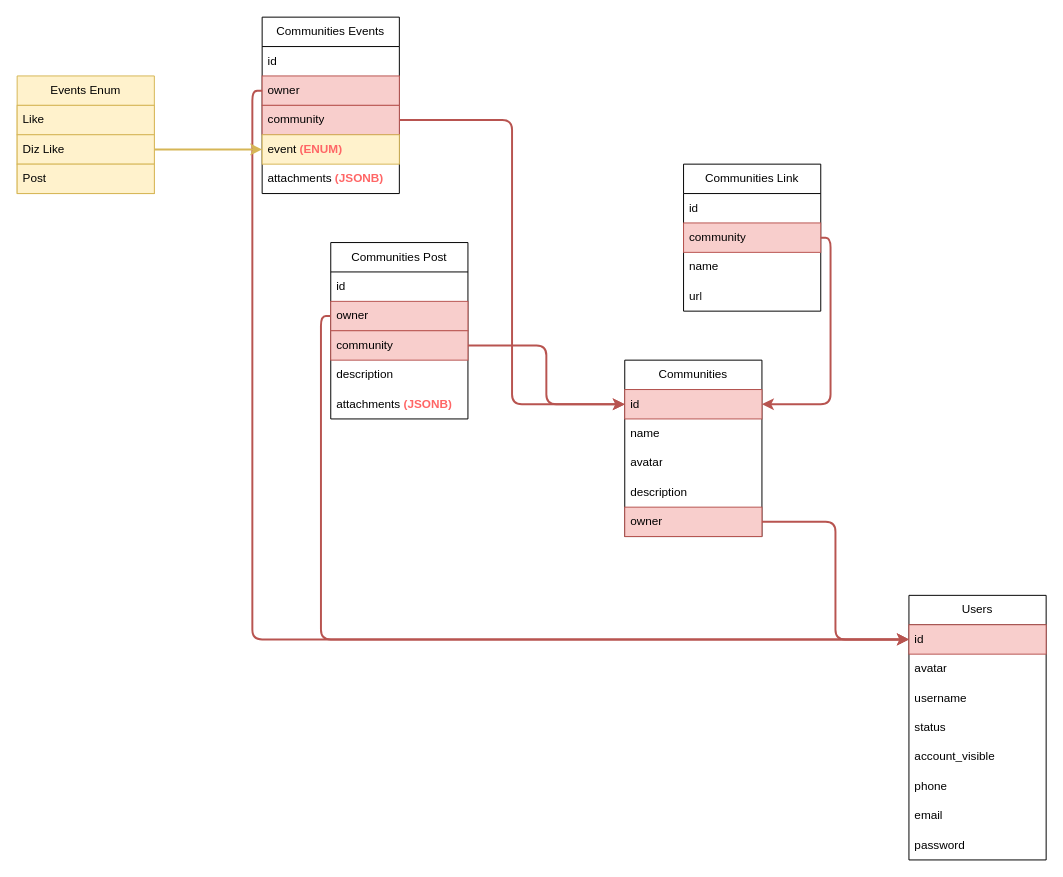
Before: docs/schema.drawio in VyacheslavMironov/Classmates, a draw.io diagram. Source tidied: cells renumbered, new cells numbered last; positions are measured from the earlier drawing's top-left corner, leaving out a move shared by most shapes. Both pictures are drawn from the tidied source at 98%, with x=0, y=0 at pixel (17, 17).
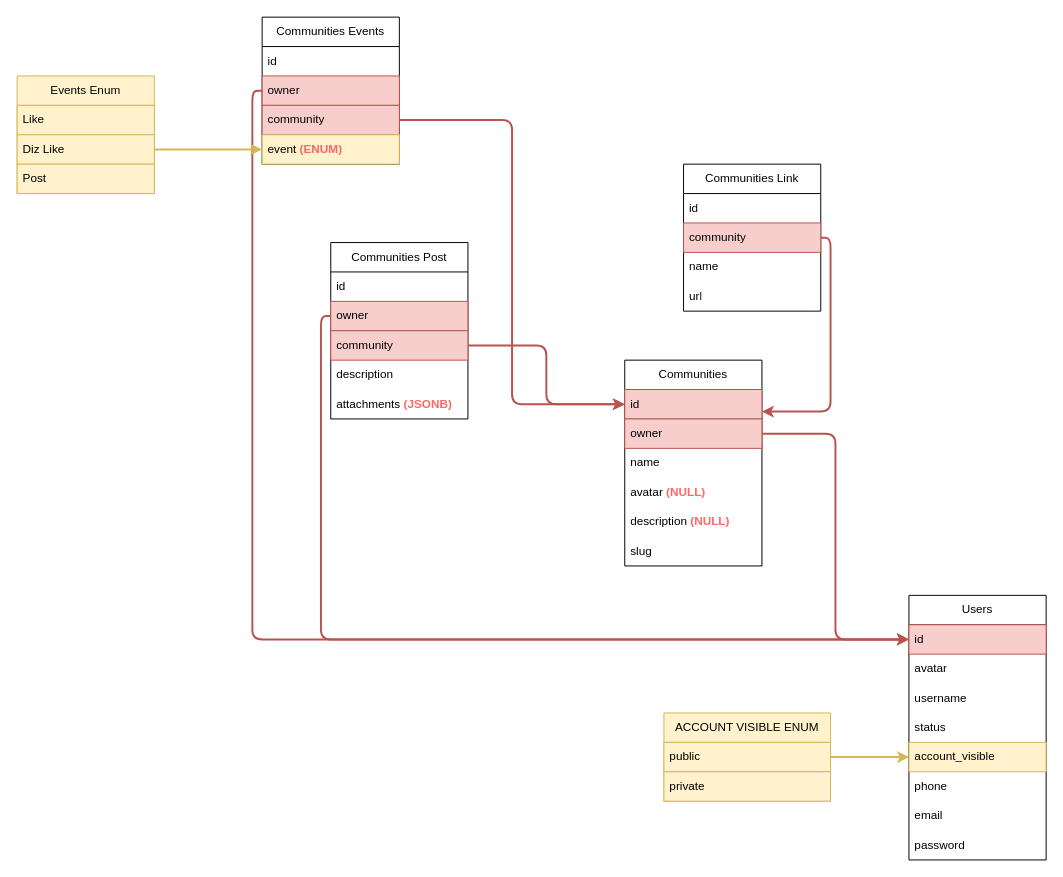
The same diagram, later.

The change refers to these unchanged cells:
```xml
<mxCell id="2" value="Users" style="swimlane;fontStyle=0;horizontal=1;startSize=30;whiteSpace=wrap;html=1;" parent="1" vertex="1">
  <mxGeometry x="910" y="590" width="140" height="270" as="geometry" />
</mxCell>
```

Change to the diagram source:
```diff
@@
-    <mxCell id="7" value="account_visible" style="text;strokeColor=none;fillColor=none;align=left;verticalAlign=middle;spacingLeft=4;spacingRight=4;overflow=hidden;points=[[0,0.5],[1,0.5]];portConstraint=eastwest;whiteSpace=wrap;html=1;" parent="2" vertex="1">
+    <mxCell id="7" value="account_visible" style="text;strokeColor=#d6b656;fillColor=#fff2cc;align=left;verticalAlign=middle;spacingLeft=4;spacingRight=4;overflow=hidden;points=[[0,0.5],[1,0.5]];portConstraint=eastwest;whiteSpace=wrap;html=1;" parent="2" vertex="1">
       <mxGeometry y="150" width="140" height="30" as="geometry" />
     </mxCell>
@@
     <mxCell id="11" value="Communities" style="swimlane;fontStyle=0;horizontal=1;startSize=30;whiteSpace=wrap;html=1;" parent="1" vertex="1">
-      <mxGeometry x="620" y="350" width="140" height="180" as="geometry" />
+      <mxGeometry x="620" y="350" width="140" height="210" as="geometry" />
     </mxCell>
@@
+    <mxCell id="16" value="owner" style="text;strokeColor=#b85450;fillColor=#f8cecc;align=left;verticalAlign=middle;spacingLeft=4;spacingRight=4;overflow=hidden;points=[[0,0.5],[1,0.5]];portConstraint=eastwest;whiteSpace=wrap;html=1;" parent="11" vertex="1">
+      <mxGeometry y="60" width="140" height="30" as="geometry" />
+    </mxCell>
     <mxCell id="13" value="name" style="text;strokeColor=none;fillColor=none;align=left;verticalAlign=middle;spacingLeft=4;spacingRight=4;overflow=hidden;whiteSpace=wrap;html=1;" parent="11" vertex="1">
-      <mxGeometry y="60" width="140" height="30" as="geometry" />
+      <mxGeometry y="90" width="140" height="30" as="geometry" />
     </mxCell>
-    <mxCell id="14" value="avatar" style="text;strokeColor=none;fillColor=none;align=left;verticalAlign=middle;spacingLeft=4;spacingRight=4;overflow=hidden;whiteSpace=wrap;html=1;" parent="11" vertex="1">
-      <mxGeometry y="90" width="140" height="30" as="geometry" />
+    <mxCell id="14" value="avatar &lt;b&gt;&lt;font color=&quot;#ff6666&quot;&gt;(NULL)&lt;/font&gt;&lt;/b&gt;" style="text;strokeColor=none;fillColor=none;align=left;verticalAlign=middle;spacingLeft=4;spacingRight=4;overflow=hidden;whiteSpace=wrap;html=1;" parent="11" vertex="1">
+      <mxGeometry y="120" width="140" height="30" as="geometry" />
     </mxCell>
-    <mxCell id="15" value="description" style="text;strokeColor=none;fillColor=none;align=left;verticalAlign=middle;spacingLeft=4;spacingRight=4;overflow=hidden;whiteSpace=wrap;html=1;" parent="11" vertex="1">
-      <mxGeometry y="120" width="140" height="30" as="geometry" />
+    <mxCell id="15" value="description&amp;nbsp;&lt;b style=&quot;border-color: var(--border-color);&quot;&gt;&lt;font style=&quot;border-color: var(--border-color);&quot; color=&quot;#ff6666&quot;&gt;(NULL)&lt;/font&gt;&lt;/b&gt;" style="text;strokeColor=none;fillColor=none;align=left;verticalAlign=middle;spacingLeft=4;spacingRight=4;overflow=hidden;whiteSpace=wrap;html=1;" parent="11" vertex="1">
+      <mxGeometry y="150" width="140" height="30" as="geometry" />
     </mxCell>
-    <mxCell id="16" value="owner" style="text;strokeColor=#b85450;fillColor=#f8cecc;align=left;verticalAlign=middle;spacingLeft=4;spacingRight=4;overflow=hidden;points=[[0,0.5],[1,0.5]];portConstraint=eastwest;whiteSpace=wrap;html=1;" parent="11" vertex="1">
-      <mxGeometry y="150" width="140" height="30" as="geometry" />
-    </mxCell>
+    <mxCell id="45" value="slug" style="text;strokeColor=none;fillColor=none;align=left;verticalAlign=middle;spacingLeft=4;spacingRight=4;overflow=hidden;whiteSpace=wrap;html=1;" parent="11" vertex="1">
+      <mxGeometry y="180" width="140" height="30" as="geometry" />
+    </mxCell>
@@
     <mxCell id="32" value="Communities Events" style="swimlane;fontStyle=0;horizontal=1;startSize=30;whiteSpace=wrap;html=1;" parent="1" vertex="1">
-      <mxGeometry x="250" width="140" height="180" as="geometry" />
+      <mxGeometry x="250" width="140" height="150" as="geometry" />
     </mxCell>
@@
-    <mxCell id="37" value="attachments &lt;b&gt;&lt;font color=&quot;#ff6666&quot;&gt;(JSONB)&lt;/font&gt;&lt;/b&gt;" style="text;strokeColor=none;fillColor=none;align=left;verticalAlign=middle;spacingLeft=4;spacingRight=4;overflow=hidden;whiteSpace=wrap;html=1;" parent="32" vertex="1">
-      <mxGeometry y="150" width="140" height="30" as="geometry" />
-    </mxCell>
@@
+    <mxCell id="46" style="edgeStyle=orthogonalEdgeStyle;html=1;exitX=1;exitY=0.5;exitDx=0;exitDy=0;entryX=0;entryY=0.5;entryDx=0;entryDy=0;fillColor=#fff2cc;strokeColor=#d6b656;strokeWidth=2;" parent="1" edge="1" source="47" target="7">
+      <mxGeometry relative="1" as="geometry" />
+    </mxCell>
+    <mxCell id="47" value="ACCOUNT VISIBLE ENUM" style="swimlane;fontStyle=0;horizontal=1;startSize=30;whiteSpace=wrap;html=1;fillColor=#fff2cc;strokeColor=#d6b656;" parent="1" vertex="1">
+      <mxGeometry x="660" y="710" width="170" height="90" as="geometry" />
+    </mxCell>
+    <mxCell id="48" value="public" style="text;strokeColor=#d6b656;fillColor=#fff2cc;align=left;verticalAlign=middle;spacingLeft=4;spacingRight=4;overflow=hidden;whiteSpace=wrap;html=1;" parent="47" vertex="1">
+      <mxGeometry y="30" width="170" height="30" as="geometry" />
+    </mxCell>
+    <mxCell id="49" value="private" style="text;strokeColor=#d6b656;fillColor=#fff2cc;align=left;verticalAlign=middle;spacingLeft=4;spacingRight=4;overflow=hidden;whiteSpace=wrap;html=1;" parent="47" vertex="1">
+      <mxGeometry y="60" width="170" height="30" as="geometry" />
+    </mxCell>
```
